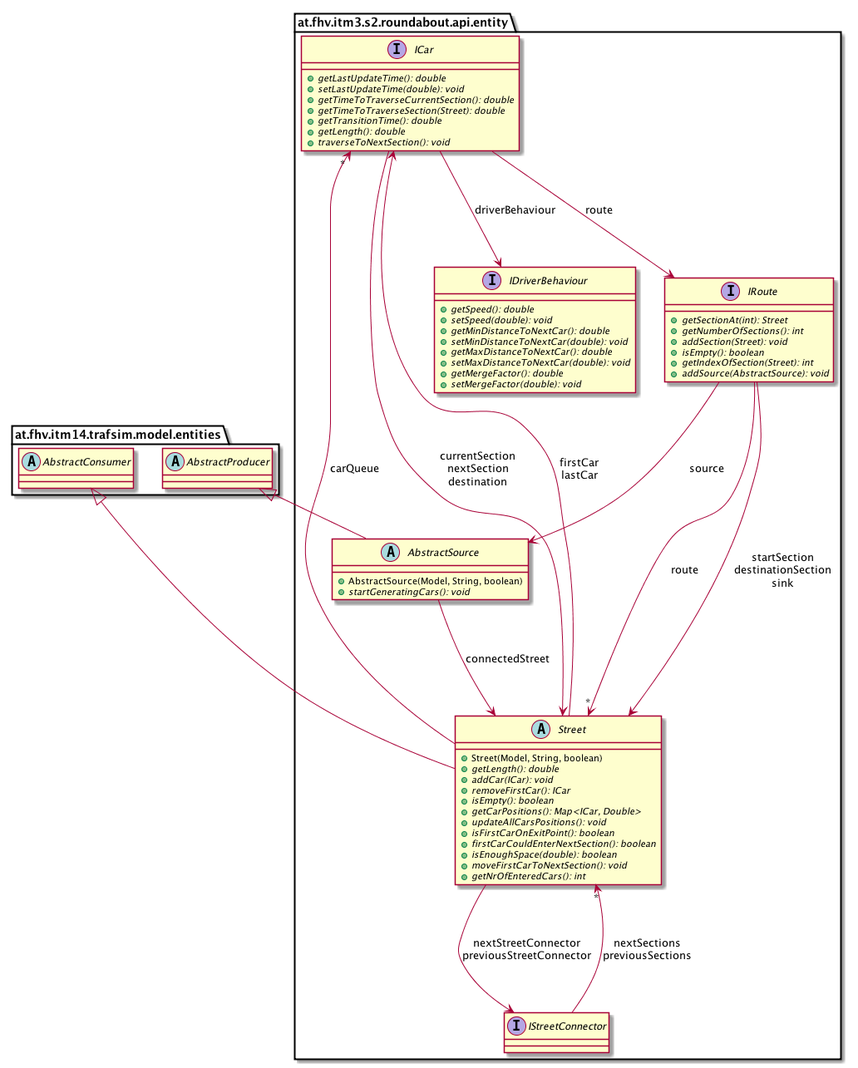
This is images/uml-class/at.fhv.itm3.s2.roundabout.api.entity.package.png from sereGkaluv/Roundabout-Simulation-Library, a PlantUML export, as it was before one commit.
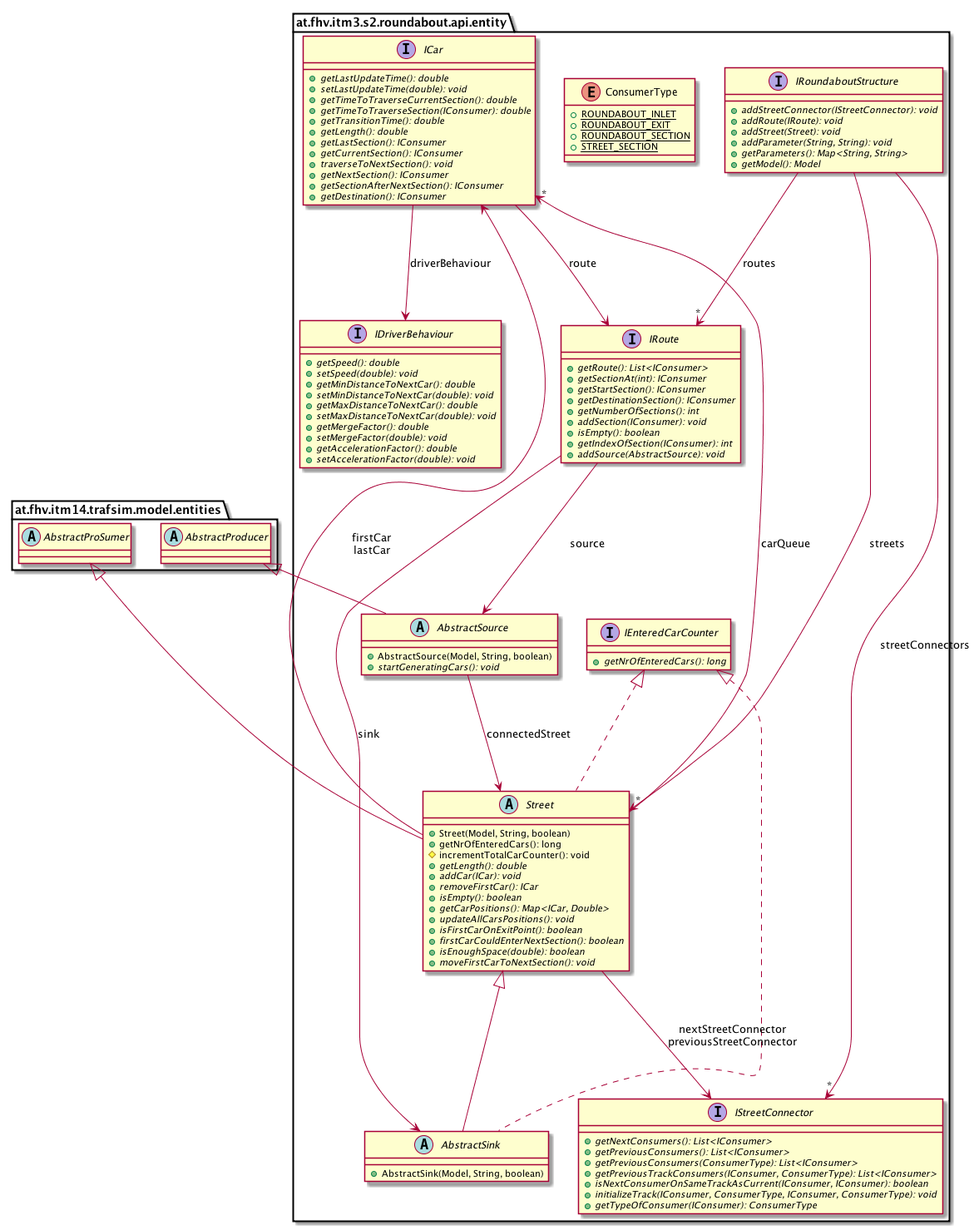
Above is the later version.

What changed in the source:
```diff
@@ -11,9 +11,18 @@
             {abstract} +setMaxDistanceToNextCar(double): void
             {abstract} +getMergeFactor(): double
             {abstract} +setMergeFactor(double): void
+            {abstract} +getAccelerationFactor(): double
+            {abstract} +setAccelerationFactor(double): void
         }
 
         interface IStreetConnector [[../../../../../at/fhv/itm3/s2/roundabout/api/entity/IStreetConnector.html]] {
+            {abstract} +getNextConsumers(): List<IConsumer>
+            {abstract} +getPreviousConsumers(): List<IConsumer>
+            {abstract} +getPreviousConsumers(ConsumerType): List<IConsumer>
+            {abstract} +getPreviousTrackConsumers(IConsumer, ConsumerType): List<IConsumer>
+            {abstract} +isNextConsumerOnSameTrackAsCurrent(IConsumer, IConsumer): boolean
+            {abstract} +initializeTrack(IConsumer, ConsumerType, IConsumer, ConsumerType): void
+            {abstract} +getTypeOfConsumer(IConsumer): ConsumerType
         }
 
         abstract class AbstractSource [[../../../../../at/fhv/itm3/s2/roundabout/api/entity/AbstractSource.html]] {
@@ -23,6 +32,8 @@
 
         abstract class Street [[../../../../../at/fhv/itm3/s2/roundabout/api/entity/Street.html]] {
             +Street(Model, String, boolean)
+            +getNrOfEnteredCars(): long
+            #incrementTotalCarCounter(): void
             {abstract} +getLength(): double
             {abstract} +addCar(ICar): void
             {abstract} +removeFirstCar(): ICar
@@ -33,35 +44,70 @@
             {abstract} +firstCarCouldEnterNextSection(): boolean
             {abstract} +isEnoughSpace(double): boolean
             {abstract} +moveFirstCarToNextSection(): void
-            {abstract} +getNrOfEnteredCars(): int
         }
 
         interface IRoute [[../../../../../at/fhv/itm3/s2/roundabout/api/entity/IRoute.html]] {
-            {abstract} +getSectionAt(int): Street
+            {abstract} +getRoute(): List<IConsumer>
+            {abstract} +getSectionAt(int): IConsumer
+            {abstract} +getStartSection(): IConsumer
+            {abstract} +getDestinationSection(): IConsumer
             {abstract} +getNumberOfSections(): int
-            {abstract} +addSection(Street): void
+            {abstract} +addSection(IConsumer): void
             {abstract} +isEmpty(): boolean
-            {abstract} +getIndexOfSection(Street): int
+            {abstract} +getIndexOfSection(IConsumer): int
             {abstract} +addSource(AbstractSource): void
+        }
+
+        abstract class AbstractSink [[../../../../../at/fhv/itm3/s2/roundabout/api/entity/AbstractSink.html]] {
+            +AbstractSink(Model, String, boolean)
+        }
+
+        interface IEnteredCarCounter [[../../../../../at/fhv/itm3/s2/roundabout/api/entity/IEnteredCarCounter.html]] {
+            {abstract} +getNrOfEnteredCars(): long
         }
 
         interface ICar [[../../../../../at/fhv/itm3/s2/roundabout/api/entity/ICar.html]] {
             {abstract} +getLastUpdateTime(): double
             {abstract} +setLastUpdateTime(double): void
             {abstract} +getTimeToTraverseCurrentSection(): double
-            {abstract} +getTimeToTraverseSection(Street): double
+            {abstract} +getTimeToTraverseSection(IConsumer): double
             {abstract} +getTransitionTime(): double
             {abstract} +getLength(): double
+            {abstract} +getLastSection(): IConsumer
+            {abstract} +getCurrentSection(): IConsumer
             {abstract} +traverseToNextSection(): void
+            {abstract} +getNextSection(): IConsumer
+            {abstract} +getSectionAfterNextSection(): IConsumer
+            {abstract} +getDestination(): IConsumer
+        }
+
+        enum ConsumerType [[../../../../../at/fhv/itm3/s2/roundabout/api/entity/ConsumerType.html]] {
+            {static} +ROUNDABOUT_INLET
+            {static} +ROUNDABOUT_EXIT
+            {static} +ROUNDABOUT_SECTION
+            {static} +STREET_SECTION
+        }
+
+        interface IRoundaboutStructure [[../../../../../at/fhv/itm3/s2/roundabout/api/entity/IRoundaboutStructure.html]] {
+            {abstract} +addStreetConnector(IStreetConnector): void
+            {abstract} +addRoute(IRoute): void
+            {abstract} +addStreet(Street): void
+            {abstract} +addParameter(String, String): void
+            {abstract} +getParameters(): Map<String, String>
+            {abstract} +getModel(): Model
         }
 
         abstract class at.fhv.itm14.trafsim.model.entities.AbstractProducer
         at.fhv.itm14.trafsim.model.entities.AbstractProducer <|-- AbstractSource
 
-        abstract class at.fhv.itm14.trafsim.model.entities.AbstractConsumer
-        at.fhv.itm14.trafsim.model.entities.AbstractConsumer <|-- Street
+        abstract class at.fhv.itm14.trafsim.model.entities.AbstractProSumer
+        at.fhv.itm14.trafsim.model.entities.AbstractProSumer <|-- Street
 
-        IStreetConnector --> "*" Street: nextSections\npreviousSections
+        IEnteredCarCounter <|.. Street
+
+        Street <|-- AbstractSink
+
+        IEnteredCarCounter <|.. AbstractSink
 
         AbstractSource --> Street: connectedStreet
 
@@ -71,17 +117,19 @@
 
         Street --> IStreetConnector: nextStreetConnector\npreviousStreetConnector
 
-        IRoute --> "*" Street: route
+        IRoute --> AbstractSource: source
 
-        IRoute --> Street: startSection\ndestinationSection\nsink
-
-        IRoute --> AbstractSource: source
+        IRoute --> AbstractSink: sink
 
         ICar --> IDriverBehaviour: driverBehaviour
 
         ICar --> IRoute: route
 
-        ICar --> Street: currentSection\nnextSection\ndestination
+        IRoundaboutStructure --> "*" IStreetConnector: streetConnectors
+
+        IRoundaboutStructure --> "*" IRoute: routes
+
+        IRoundaboutStructure --> "*" Street: streets
 
     }
 
```
